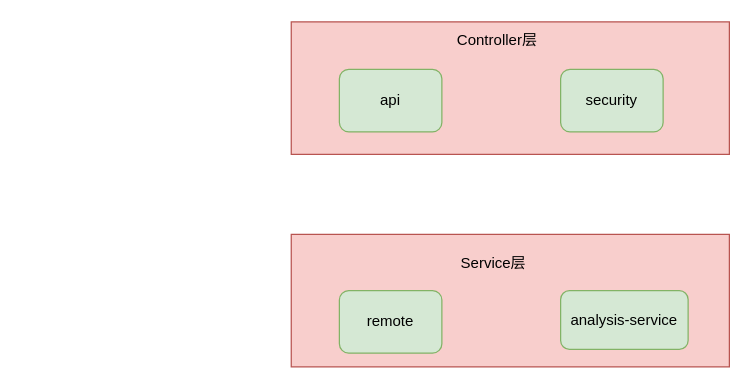
Earlier version of the draw.io diagram api-analysis代码架构.drawio (laowang-cloud/diagrams). Source tidied: cells renumbered, new cells numbered last; positions are measured from the earlier drawing's top-left corner, leaving out a move shared by most shapes. Both pictures are drawn from the tidied source at 125%, with x=0, y=0 at pixel (291, 21).
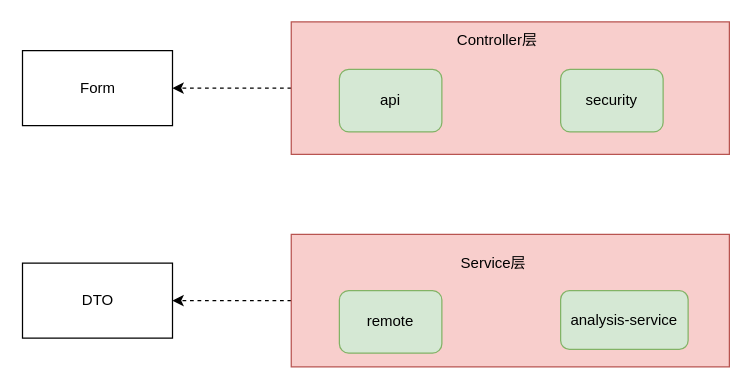
After the change.

Commit message (it also covers changes not shown here):
更新api-analysis代码架构.drawio

Change to the diagram source:
```diff
@@
 <mxGraphModel>
   <root>
     <mxCell id="0" />
     <mxCell id="1" parent="0" />
+    <mxCell id="10" style="edgeStyle=orthogonalEdgeStyle;rounded=0;jettySize=auto;html=1;entryX=1;entryY=0.5;entryDx=0;entryDy=0;dashed=1;" parent="1" edge="1" source="2" target="12">
+      <mxGeometry relative="1" as="geometry" />
+    </mxCell>
     <mxCell id="2" style="rounded=0;whiteSpace=wrap;html=1;fillColor=#f8cecc;strokeColor=#b85450;" parent="1" vertex="1">
       <mxGeometry x="-0.5" width="350.5" height="106" as="geometry" />
     </mxCell>
     <mxCell id="3" value="Controller层" style="text;html=1;strokeColor=none;fillColor=none;align=center;verticalAlign=middle;whiteSpace=wrap;rounded=0;" parent="1" vertex="1">
       <mxGeometry x="117" y="3" width="95" height="24" as="geometry" />
     </mxCell>
     <mxCell id="4" value="api" style="rounded=1;whiteSpace=wrap;html=1;fillColor=#d5e8d4;strokeColor=#82b366;" parent="1" vertex="1">
       <mxGeometry x="38" y="38" width="82" height="50" as="geometry" />
     </mxCell>
+    <mxCell id="11" style="edgeStyle=orthogonalEdgeStyle;rounded=0;jettySize=auto;html=1;entryX=1;entryY=0.5;entryDx=0;entryDy=0;dashed=1;" parent="1" edge="1" source="5" target="13">
+      <mxGeometry relative="1" as="geometry" />
+    </mxCell>
     <mxCell id="5" style="rounded=0;whiteSpace=wrap;html=1;fillColor=#f8cecc;strokeColor=#b85450;" parent="1" vertex="1">
       <mxGeometry x="-0.5" y="170" width="350.5" height="106" as="geometry" />
     </mxCell>
     <mxCell id="6" value="Service层" style="text;html=1;strokeColor=none;fillColor=none;align=center;verticalAlign=middle;whiteSpace=wrap;rounded=0;" parent="1" vertex="1">
       <mxGeometry x="113.5" y="181" width="95" height="24" as="geometry" />
     </mxCell>
     <mxCell id="7" value="remote" style="rounded=1;whiteSpace=wrap;html=1;fillColor=#d5e8d4;strokeColor=#82b366;" parent="1" vertex="1">
       <mxGeometry x="38" y="215" width="82" height="50" as="geometry" />
     </mxCell>
     <mxCell id="8" value="analysis-service" style="rounded=1;whiteSpace=wrap;html=1;fillColor=#d5e8d4;strokeColor=#82b366;" parent="1" vertex="1">
       <mxGeometry x="215" y="215" width="102" height="47" as="geometry" />
     </mxCell>
     <mxCell id="9" value="security" style="rounded=1;whiteSpace=wrap;html=1;fillColor=#d5e8d4;strokeColor=#82b366;" parent="1" vertex="1">
       <mxGeometry x="215" y="38" width="82" height="50" as="geometry" />
     </mxCell>
+    <mxCell id="12" value="Form" style="rounded=0;whiteSpace=wrap;html=1;" parent="1" vertex="1">
+      <mxGeometry x="-215.5" y="23" width="120" height="60" as="geometry" />
+    </mxCell>
+    <mxCell id="13" value="DTO" style="rounded=0;whiteSpace=wrap;html=1;" parent="1" vertex="1">
+      <mxGeometry x="-215.5" y="193" width="120" height="60" as="geometry" />
+    </mxCell>
   </root>
 </mxGraphModel>
```
